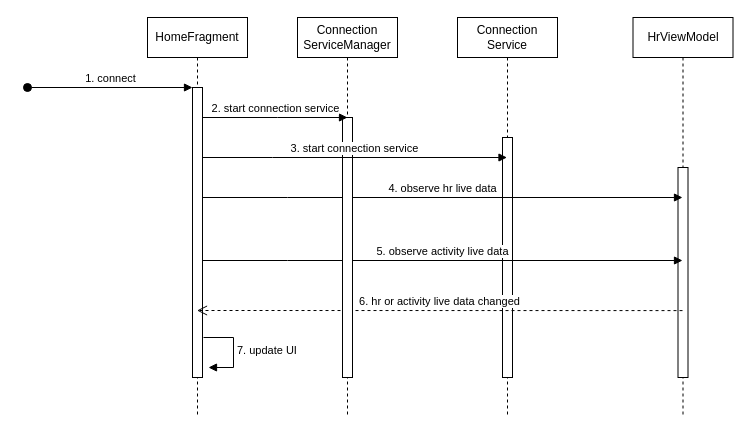
The draw.io diagram my-thesis/diagrams/hr-broadcast-homefragment.drawio in ba-nhermanto/thesis, before the edit. Source tidied: cells renumbered, new cells numbered last; positions are measured from the earlier drawing's top-left corner, leaving out a move shared by most shapes. Both pictures are drawn from the tidied source at 100%, with x=0, y=0 at pixel (27, 17).
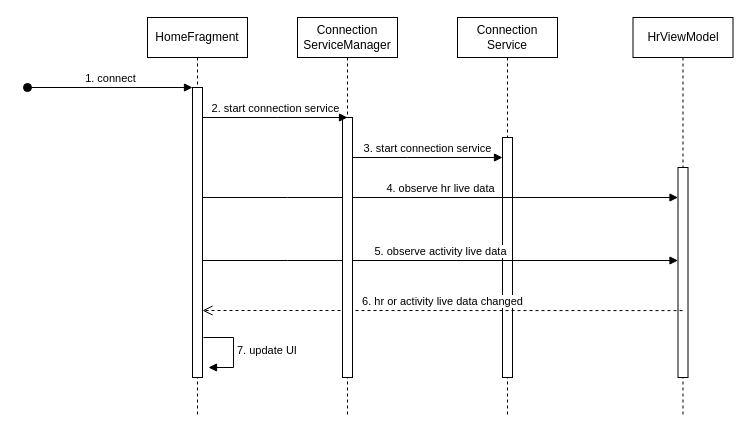
After the change.

The change refers to these unchanged cells:
```xml
<mxCell id="3" style="html=1;points=[];perimeter=orthogonalPerimeter;outlineConnect=0;targetShapes=umlLifeline;portConstraint=eastwest;newEdgeStyle={&quot;edgeStyle&quot;:&quot;elbowEdgeStyle&quot;,&quot;elbow&quot;:&quot;vertical&quot;,&quot;curved&quot;:0,&quot;rounded&quot;:0};" parent="2" vertex="1">
  <mxGeometry x="45" y="70" width="10" height="290" as="geometry" />
</mxCell>
<mxCell id="7" style="html=1;points=[];perimeter=orthogonalPerimeter;outlineConnect=0;targetShapes=umlLifeline;portConstraint=eastwest;newEdgeStyle={&quot;edgeStyle&quot;:&quot;elbowEdgeStyle&quot;,&quot;elbow&quot;:&quot;vertical&quot;,&quot;curved&quot;:0,&quot;rounded&quot;:0};" parent="6" vertex="1">
  <mxGeometry x="45" y="120" width="10" height="240" as="geometry" />
</mxCell>
<mxCell id="9" style="html=1;points=[];perimeter=orthogonalPerimeter;outlineConnect=0;targetShapes=umlLifeline;portConstraint=eastwest;newEdgeStyle={&quot;edgeStyle&quot;:&quot;elbowEdgeStyle&quot;,&quot;elbow&quot;:&quot;vertical&quot;,&quot;curved&quot;:0,&quot;rounded&quot;:0};" parent="8" vertex="1">
  <mxGeometry x="45" y="150" width="10" height="210" as="geometry" />
</mxCell>
<mxCell id="14" style="html=1;points=[];perimeter=orthogonalPerimeter;outlineConnect=0;targetShapes=umlLifeline;portConstraint=eastwest;newEdgeStyle={&quot;edgeStyle&quot;:&quot;elbowEdgeStyle&quot;,&quot;elbow&quot;:&quot;vertical&quot;,&quot;curved&quot;:0,&quot;rounded&quot;:0};" parent="13" vertex="1">
  <mxGeometry x="45" y="100" width="10" height="260" as="geometry" />
</mxCell>
```

Diff of the diagram source:
```diff
@@
-    <mxCell id="10" value="4. observe hr live data" style="html=1;verticalAlign=bottom;endArrow=block;edgeStyle=elbowEdgeStyle;elbow=vertical;curved=0;rounded=0;" parent="1" edge="1">
+    <mxCell id="10" value="4. observe hr live data" style="html=1;verticalAlign=bottom;endArrow=block;edgeStyle=elbowEdgeStyle;elbow=vertical;curved=0;rounded=0;" parent="1" edge="1" target="9">
       <mxGeometry relative="1" as="geometry">
         <mxPoint x="175" y="180" as="sourcePoint" />
-        <mxPoint x="655" y="180" as="targetPoint" />
         <Array as="points">
           <mxPoint x="260" y="180" />
         </Array>
       </mxGeometry>
     </mxCell>
-    <mxCell id="11" value="6. hr or activity live data changed" style="html=1;verticalAlign=bottom;endArrow=open;dashed=1;endSize=8;edgeStyle=elbowEdgeStyle;elbow=vertical;curved=0;rounded=0;" parent="1" edge="1">
+    <mxCell id="11" value="6. hr or activity live data changed" style="html=1;verticalAlign=bottom;endArrow=open;dashed=1;endSize=8;edgeStyle=elbowEdgeStyle;elbow=vertical;curved=0;rounded=0;" parent="1" edge="1" target="3">
       <mxGeometry relative="1" as="geometry">
         <mxPoint x="655" y="293.1" as="sourcePoint" />
-        <mxPoint x="169.5" y="293" as="targetPoint" />
       </mxGeometry>
     </mxCell>
-    <mxCell id="12" value="5. observe activity live data" style="html=1;verticalAlign=bottom;endArrow=block;edgeStyle=elbowEdgeStyle;elbow=vertical;curved=0;rounded=0;" parent="1" edge="1">
+    <mxCell id="12" value="5. observe activity live data" style="html=1;verticalAlign=bottom;endArrow=block;edgeStyle=elbowEdgeStyle;elbow=vertical;curved=0;rounded=0;" parent="1" edge="1" target="9">
       <mxGeometry relative="1" as="geometry">
         <mxPoint x="175" y="243" as="sourcePoint" />
-        <mxPoint x="655" y="243" as="targetPoint" />
         <Array as="points">
           <mxPoint x="260" y="243" />
         </Array>
       </mxGeometry>
     </mxCell>
@@
-    <mxCell id="16" value="3. start connection service" style="html=1;verticalAlign=bottom;endArrow=block;edgeStyle=elbowEdgeStyle;elbow=vertical;curved=0;rounded=0;" parent="1" edge="1" source="3">
+    <mxCell id="16" value="3. start connection service" style="html=1;verticalAlign=bottom;endArrow=block;edgeStyle=elbowEdgeStyle;elbow=vertical;curved=0;rounded=0;" parent="1" edge="1" source="14" target="7">
       <mxGeometry relative="1" as="geometry">
-        <mxPoint x="479.5" y="140" as="targetPoint" />
         <Array as="points">
-          <mxPoint x="245" y="140" />
+          <mxPoint x="380" y="140" />
         </Array>
       </mxGeometry>
     </mxCell>
```
